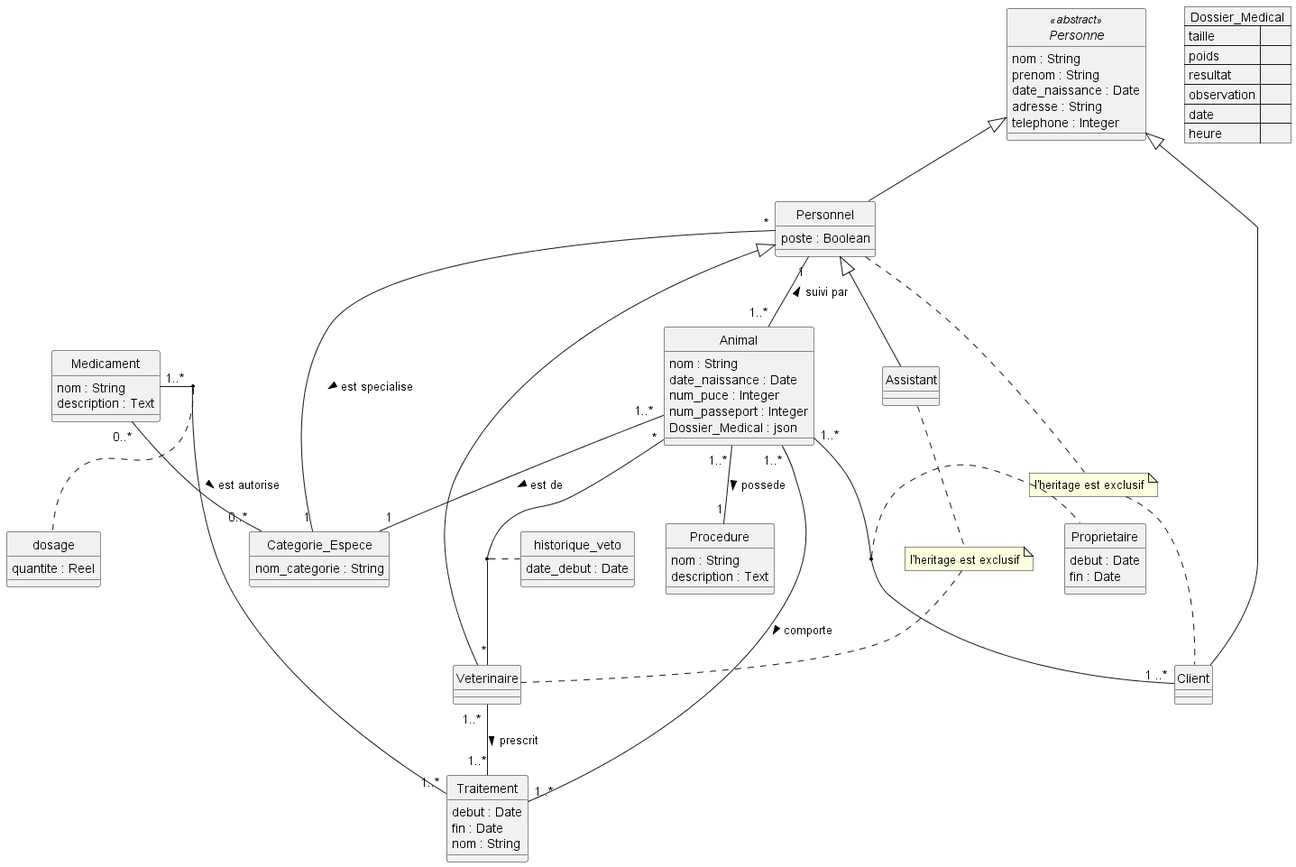
eddymonji/Clinique_Veterinaire keeps this PlantUML diagram as vetoJSON.png. Above is the earlier version. Source of this version:
```plantuml
@startuml Clinique Veterinaire
skinparam Style strictuml
skinparam SequenceMessageAlignment center

abstract class Personne <<abstract>> {
    nom : String
    prenom : String
    date_naissance : Date
    adresse : String
    telephone : Integer
}

class Personnel {
    poste : Boolean
}

class Veterinaire

class Assistant

class Client {
}

class Animal {
    nom : String
    date_naissance : Date
    num_puce : Integer
    num_passeport : Integer
    Dossier_Medical : json
}

class Categorie_Espece{
    nom_categorie : String
}

class Medicament {
    nom : String
    description : Text
}

class Traitement {
    debut : Date
    fin : Date
    nom : String

}

json Dossier_Medical {
    "taille" : {},
    "poids" : {},
    "resultat" : {},
    "observation" : {},
    "date" : {},
    "heure" : {}
}

class Procedure{
    nom : String
    description : Text
}

class dosage {
    quantite : Reel
}

class historique_veto {
    date_debut : Date
}

class Proprietaire{
    debut : Date
    fin : Date
}


Medicament "1..*" - "1..*" Traitement
(Medicament, Traitement) .. dosage

Personne <|-- Personnel
Personne <|-- Client

Personnel <|-- Assistant
Personnel <|-- Veterinaire
Personnel "*" -- "1" Categorie_Espece : est specialise >
Personnel "1" -- "1..* " Animal : < suivi par
Animal "*" -- "*" Veterinaire
(Animal, Veterinaire) .. historique_veto


Animal "1..* " -- "1" Categorie_Espece : est de >
Animal "1..* " -- "1 ..*" Client
(Animal, Client) .. Proprietaire

Animal "1..* " -- "1..*" Traitement : comporte >
Animal "1..* " -- "1" Procedure : possede >

Veterinaire "1..* " -- "1..*" Traitement : prescrit >

Medicament "0..* " -- "0..*" Categorie_Espece : est autorise >


note "l'heritage est exclusif" as N2
Personnel .. N2
N2 .. Client

note "l'heritage est exclusif" as N3
Assistant .. N3
N3 .. Veterinaire

@enduml
```
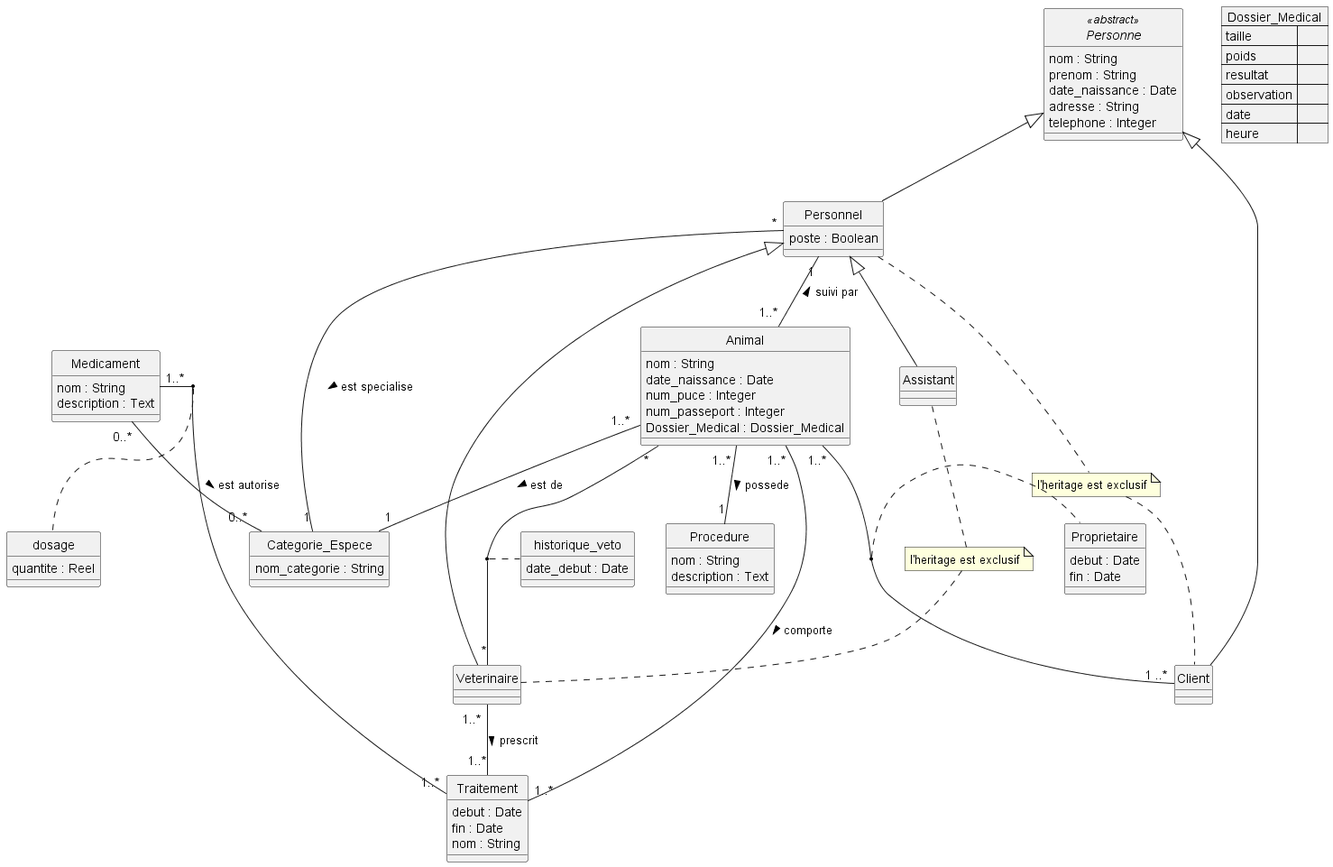
The same diagram one commit later.

The edit, as a diff of the source:
```diff
@@ -26,7 +26,7 @@
     date_naissance : Date
     num_puce : Integer
     num_passeport : Integer
-    Dossier_Medical : json
+    Dossier_Medical : Dossier_Medical
 }
 
 class Categorie_Espece{
```
